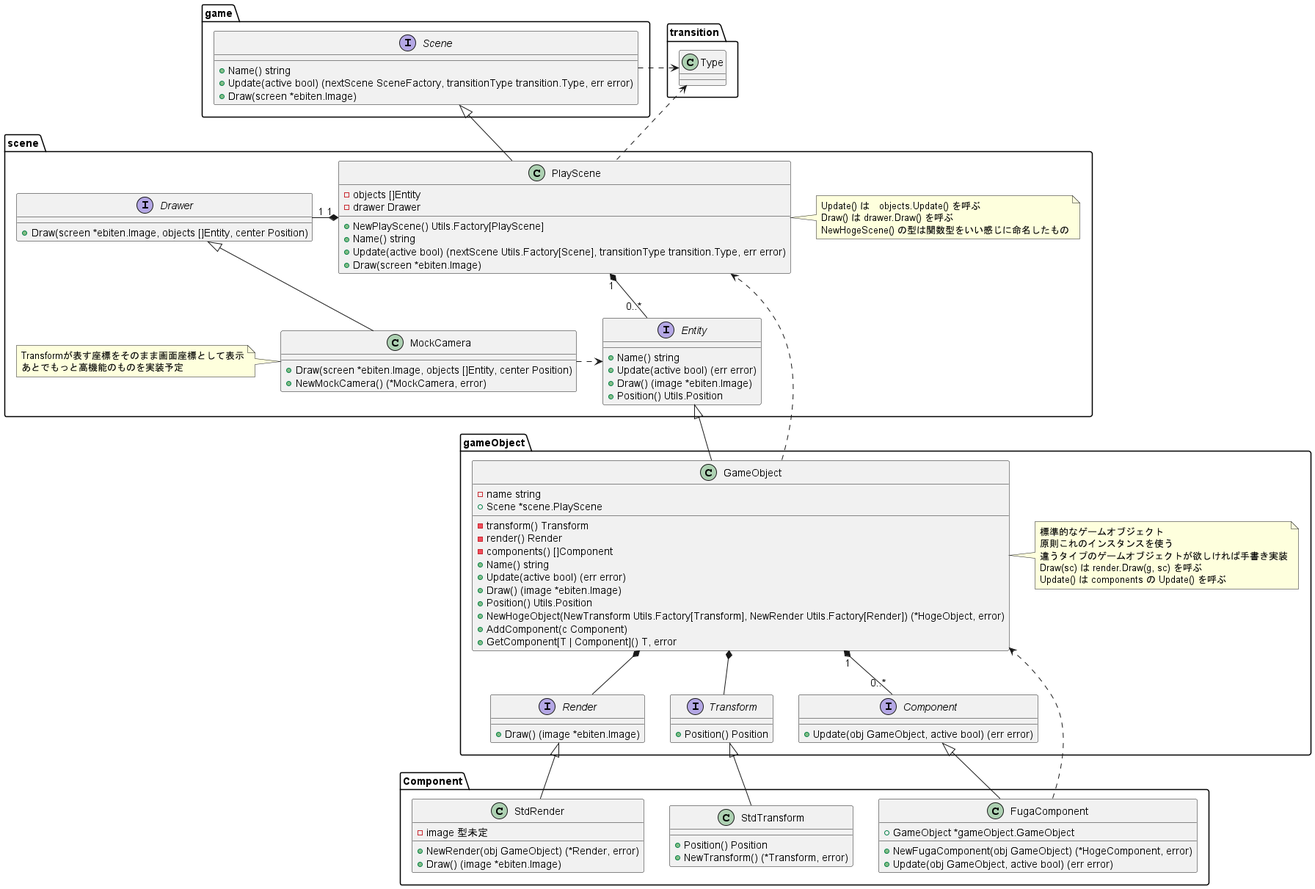
Before: Docs/Scene_class_diagram.png, a diagram exported from PlantUML (kmc-jp/Gamedev_Tempura-of-p--Phenylazo-phenol).
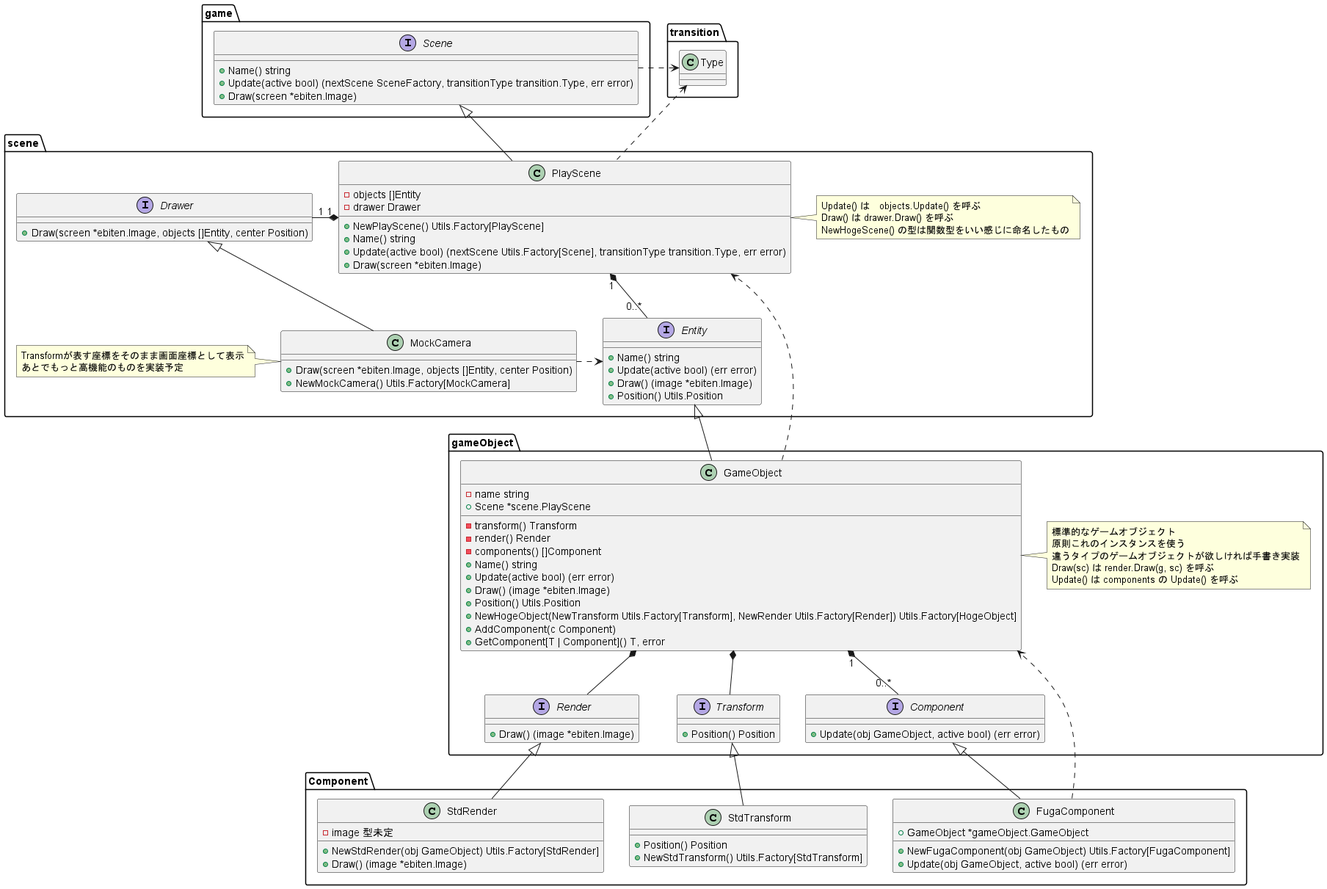
After the change.

Commit message:
直前コミットの内容をクラス図に記載

Change to the diagram source:
```diff
@@ -45,7 +45,7 @@
 
     class MockCamera {
         + Draw(screen *ebiten.Image, objects []Entity, center Position)
-        + NewMockCamera() (*MockCamera, error)
+        + NewMockCamera() Utils.Factory[MockCamera]
     }
     note left of MockCamera : Transformが表す座標をそのまま画面座標として表示\nあとでもっと高機能のものを実装予定
 
@@ -64,7 +64,7 @@
         + Update(active bool) (err error)
         + Draw() (image *ebiten.Image)
         + Position() Utils.Position
-        + NewHogeObject(NewTransform Utils.Factory[Transform], NewRender Utils.Factory[Render]) (*HogeObject, error)
+        + NewHogeObject(NewTransform Utils.Factory[Transform], NewRender Utils.Factory[Render]) Utils.Factory[HogeObject]
         + AddComponent(c Component)
         + GetComponent[T | Component]() T, error
     }
@@ -93,7 +93,7 @@
 package Component {
     class FugaComponent {
         + GameObject *gameObject.GameObject
-        + NewFugaComponent(obj GameObject) (*HogeComponent, error)
+        + NewFugaComponent(obj GameObject) Utils.Factory[FugaComponent]
         + Update(obj GameObject, active bool) (err error)
     }
 
@@ -102,14 +102,14 @@
 
     class StdTransform {
         + Position() Position
-        + NewTransform() (*Transform, error)
+        + NewStdTransform() Utils.Factory[StdTransform]
     }
 
     StdTransform -up-|> gameObject.Transform
 
     class StdRender {
         - image 型未定
-        + NewRender(obj GameObject) (*Render, error)
+        + NewStdRender(obj GameObject) Utils.Factory[StdRender]
         + Draw() (image *ebiten.Image)
     }
 
```
